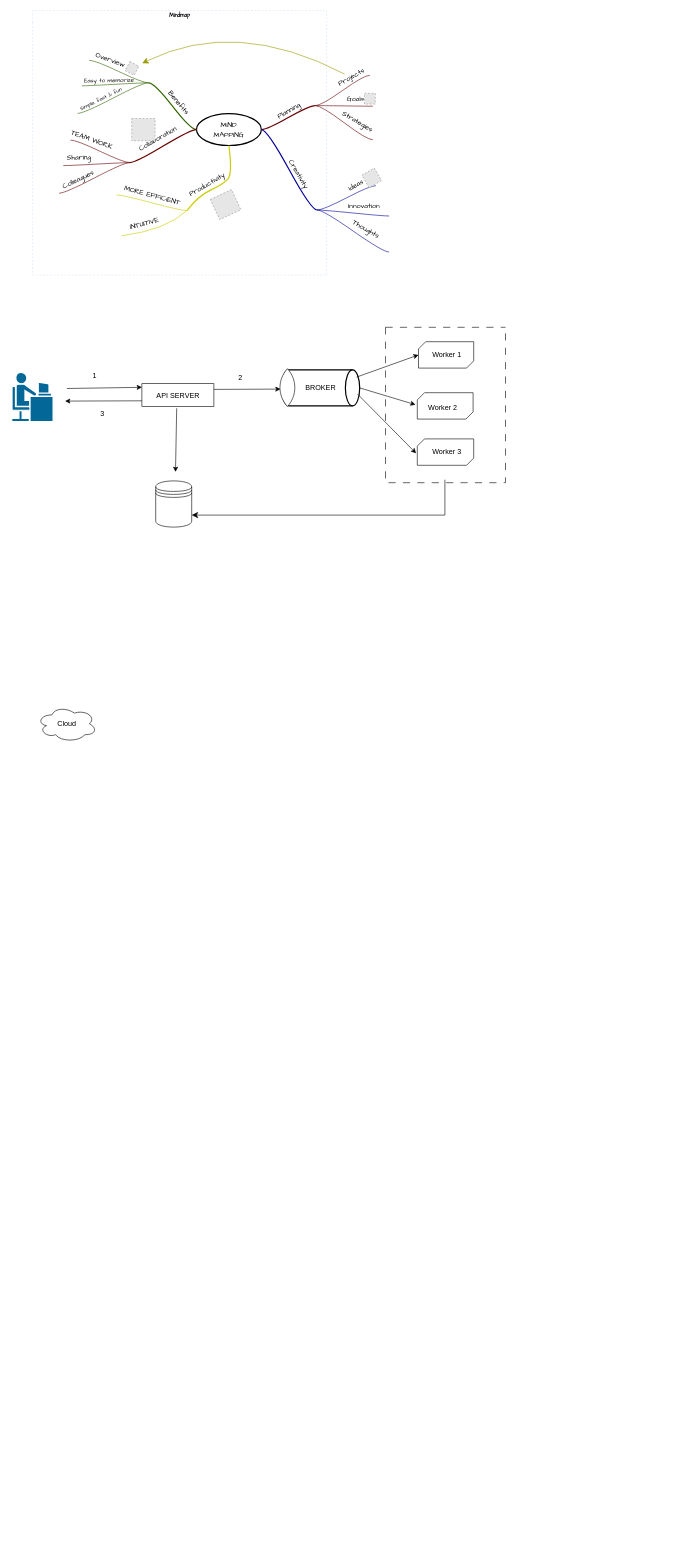
Before: Untitled Diagram.drawio in nikasbandaru/codewithnikas1, a draw.io diagram. Source tidied: cells renumbered, new cells numbered last; positions are measured from the earlier drawing's top-left corner, leaving out a move shared by most shapes. Both pictures are drawn from the tidied source at 60%, with x=0, y=0 at pixel (11, 10). Pictures stored in the file or linked from it are replaced by grey dashed boxes.
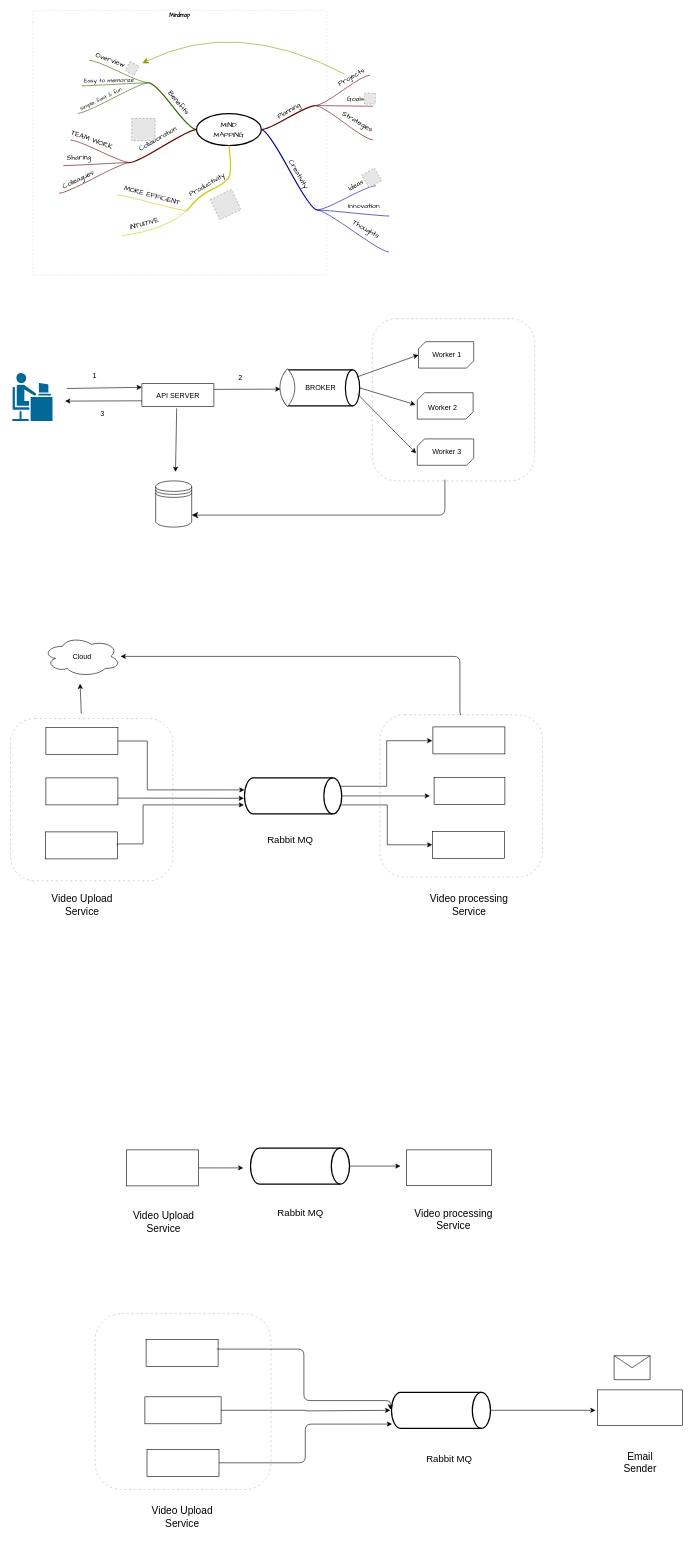
The same page after the edit.

Change to the diagram source:
```diff
@@
-    <mxCell id="94" style="edgeStyle=segmentEdgeStyle;endArrow=classic;html=1;curved=0;rounded=0;endSize=8;startSize=8;" parent="1" edge="1">
+    <mxCell id="94" style="edgeStyle=segmentEdgeStyle;endArrow=classic;html=1;curved=0;rounded=1;endSize=8;startSize=8;" parent="1" edge="1">
       <mxGeometry relative="1" as="geometry">
         <mxPoint x="722" y="782" as="sourcePoint" />
         <mxPoint x="300" y="841" as="targetPoint" />
         <Array as="points">
           <mxPoint x="722" y="782" />
           <mxPoint x="722" y="841" />
         </Array>
       </mxGeometry>
     </mxCell>
-    <mxCell id="95" style="swimlane;startSize=0;dashed=1;swimlaneFillColor=none;dashPattern=12 12;" parent="1" vertex="1">
-      <mxGeometry x="623" y="528" width="200" height="259" as="geometry" />
-    </mxCell>
     <mxCell id="96" value="Cloud" style="ellipse;shape=cloud;whiteSpace=wrap;html=1;align=center;" parent="1" vertex="1">
-      <mxGeometry x="42" y="1159" width="100" height="60" as="geometry" />
+      <mxGeometry x="52.5" y="1043" width="129" height="67" as="geometry" />
     </mxCell>
+    <mxCell id="97" style="rounded=0;whiteSpace=wrap;html=1;" parent="1" vertex="1">
+      <mxGeometry x="57" y="1195" width="120" height="45" as="geometry" />
+    </mxCell>
+    <mxCell id="98" style="edgeStyle=orthogonalEdgeStyle;rounded=0;jettySize=auto;html=1;exitX=1;exitY=0.75;exitDx=0;exitDy=0;" parent="1" edge="1" source="99">
+      <mxGeometry relative="1" as="geometry">
+        <mxPoint x="387" y="1313" as="targetPoint" />
+      </mxGeometry>
+    </mxCell>
+    <mxCell id="99" style="rounded=0;whiteSpace=wrap;html=1;" parent="1" vertex="1">
+      <mxGeometry x="57" y="1279" width="120" height="45" as="geometry" />
+    </mxCell>
+    <mxCell id="100" style="rounded=0;whiteSpace=wrap;html=1;" parent="1" vertex="1">
+      <mxGeometry x="56" y="1369" width="120" height="45" as="geometry" />
+    </mxCell>
+    <mxCell id="101" style="endArrow=classic;html=1;rounded=0;" parent="1" edge="1">
+      <mxGeometry relative="1" as="geometry">
+        <mxPoint x="116" y="1172" as="sourcePoint" />
+        <mxPoint x="114" y="1122" as="targetPoint" />
+      </mxGeometry>
+    </mxCell>
+    <mxCell id="102" value="&lt;font style=&quot;font-size: 17px;&quot;&gt;Video Upload&lt;/font&gt;&lt;div&gt;&lt;font style=&quot;font-size: 17px;&quot;&gt;Service&lt;/font&gt;&lt;/div&gt;" style="text;html=1;align=center;verticalAlign=middle;strokeColor=none;fillColor=none;" parent="1" vertex="1">
+      <mxGeometry x="57" y="1465" width="120" height="53" as="geometry" />
+    </mxCell>
+    <mxCell id="103" style="edgeStyle=orthogonalEdgeStyle;rounded=0;orthogonalLoop=1;jettySize=auto;html=1;exitX=1;exitY=0.5;exitDx=0;exitDy=0;exitPerimeter=0;entryX=0;entryY=0.5;entryDx=0;entryDy=0;" parent="1" edge="1">
+      <mxGeometry relative="1" as="geometry">
+        <mxPoint x="549" y="1309.5" as="sourcePoint" />
+        <mxPoint x="701" y="1217" as="targetPoint" />
+        <Array as="points">
+          <mxPoint x="536" y="1310" />
+          <mxPoint x="536" y="1293" />
+          <mxPoint x="625" y="1293" />
+          <mxPoint x="625" y="1217" />
+        </Array>
+      </mxGeometry>
+    </mxCell>
+    <mxCell id="104" style="edgeStyle=orthogonalEdgeStyle;rounded=0;jettySize=auto;html=1;exitX=1;exitY=0.5;exitDx=0;exitDy=0;exitPerimeter=0;" parent="1" edge="1" source="106">
+      <mxGeometry relative="1" as="geometry">
+        <mxPoint x="697" y="1309" as="targetPoint" />
+      </mxGeometry>
+    </mxCell>
+    <mxCell id="105" style="edgeStyle=orthogonalEdgeStyle;rounded=0;jettySize=auto;html=1;exitX=1;exitY=0.5;exitDx=0;exitDy=0;exitPerimeter=0;entryX=0;entryY=0.5;entryDx=0;entryDy=0;" parent="1" edge="1" source="106" target="111">
+      <mxGeometry relative="1" as="geometry">
+        <Array as="points">
+          <mxPoint x="541" y="1309" />
+          <mxPoint x="541" y="1324" />
+          <mxPoint x="626" y="1324" />
+          <mxPoint x="626" y="1391" />
+        </Array>
+      </mxGeometry>
+    </mxCell>
+    <mxCell id="106" style="strokeWidth=2;html=1;shape=mxgraph.flowchart.direct_data;whiteSpace=wrap;" parent="1" vertex="1">
+      <mxGeometry x="388" y="1279" width="162" height="60" as="geometry" />
+    </mxCell>
+    <mxCell id="107" style="edgeStyle=orthogonalEdgeStyle;rounded=0;jettySize=auto;html=1;exitX=1;exitY=0.5;exitDx=0;exitDy=0;entryX=-0.006;entryY=0.75;entryDx=0;entryDy=0;entryPerimeter=0;" parent="1" edge="1" source="100" target="106">
+      <mxGeometry relative="1" as="geometry">
+        <Array as="points">
+          <mxPoint x="176" y="1389" />
+          <mxPoint x="219" y="1389" />
+          <mxPoint x="219" y="1324" />
+        </Array>
+      </mxGeometry>
+    </mxCell>
+    <mxCell id="108" style="edgeStyle=orthogonalEdgeStyle;rounded=0;jettySize=auto;html=1;exitX=1;exitY=0.5;exitDx=0;exitDy=0;entryX=0;entryY=0.333;entryDx=0;entryDy=0;entryPerimeter=0;" parent="1" edge="1" source="97" target="106">
+      <mxGeometry relative="1" as="geometry">
+        <Array as="points">
+          <mxPoint x="226" y="1218" />
+          <mxPoint x="226" y="1299" />
+        </Array>
+      </mxGeometry>
+    </mxCell>
+    <mxCell id="109" style="rounded=0;whiteSpace=wrap;html=1;" parent="1" vertex="1">
+      <mxGeometry x="702" y="1194" width="120" height="45" as="geometry" />
+    </mxCell>
+    <mxCell id="110" style="rounded=0;whiteSpace=wrap;html=1;" parent="1" vertex="1">
+      <mxGeometry x="704" y="1278" width="118" height="45" as="geometry" />
+    </mxCell>
+    <mxCell id="111" style="rounded=0;whiteSpace=wrap;html=1;" parent="1" vertex="1">
+      <mxGeometry x="701" y="1368" width="120" height="45" as="geometry" />
+    </mxCell>
+    <mxCell id="112" value="&lt;font style=&quot;font-size: 17px;&quot;&gt;Video processing&lt;/font&gt;&lt;div&gt;&lt;font style=&quot;font-size: 17px;&quot;&gt;Service&lt;/font&gt;&lt;/div&gt;" style="text;html=1;align=center;verticalAlign=middle;strokeColor=none;fillColor=none;" parent="1" vertex="1">
+      <mxGeometry x="688" y="1465" width="148" height="53" as="geometry" />
+    </mxCell>
+    <mxCell id="113" style="whiteSpace=wrap;html=1;dashed=1;dashPattern=8 8;strokeWidth=0.5;gradientColor=none;fillColor=none;strokeColor=#828282;rounded=1;" parent="1" vertex="1">
+      <mxGeometry x="-2" y="1180" width="270.5" height="270.5" as="geometry" />
+    </mxCell>
+    <mxCell id="114" style="rounded=1;jettySize=auto;html=1;exitX=0.5;exitY=0;exitDx=0;exitDy=0;edgeStyle=elbowEdgeStyle;curved=0;" parent="1" edge="1" source="115" target="96">
+      <mxGeometry relative="1" as="geometry">
+        <Array as="points">
+          <mxPoint x="747" y="1152" />
+        </Array>
+      </mxGeometry>
+    </mxCell>
+    <mxCell id="115" style="whiteSpace=wrap;html=1;dashed=1;dashPattern=8 8;strokeWidth=0.5;gradientColor=none;fillColor=none;strokeColor=#828282;rounded=1;" parent="1" vertex="1">
+      <mxGeometry x="614" y="1173.8" width="270.5" height="270.5" as="geometry" />
+    </mxCell>
+    <mxCell id="116" style="whiteSpace=wrap;html=1;dashed=1;dashPattern=8 8;strokeWidth=0.5;gradientColor=none;fillColor=none;strokeColor=#828282;glass=0;rounded=1;shadow=0;" parent="1" vertex="1">
+      <mxGeometry x="601" y="513.5" width="270.5" height="270.5" as="geometry" />
+    </mxCell>
+    <mxCell id="117" value="Rabbit MQ" style="text;html=1;align=center;verticalAlign=middle;strokeColor=none;fillColor=none;fontSize=16;" parent="1" vertex="1">
+      <mxGeometry x="417" y="1366" width="94" height="31" as="geometry" />
+    </mxCell>
+    <mxCell id="118" style="rounded=0;whiteSpace=wrap;html=1;" parent="1" vertex="1">
+      <mxGeometry x="658" y="1899" width="142" height="59" as="geometry" />
+    </mxCell>
+    <mxCell id="119" style="edgeStyle=orthogonalEdgeStyle;rounded=0;jettySize=auto;html=1;exitX=1;exitY=0.5;exitDx=0;exitDy=0;" parent="1" edge="1" source="120">
+      <mxGeometry relative="1" as="geometry">
+        <mxPoint x="386" y="1929" as="targetPoint" />
+      </mxGeometry>
+    </mxCell>
+    <mxCell id="120" style="rounded=0;whiteSpace=wrap;html=1;" parent="1" vertex="1">
+      <mxGeometry x="191" y="1899" width="120" height="60" as="geometry" />
+    </mxCell>
+    <mxCell id="121" style="edgeStyle=orthogonalEdgeStyle;rounded=0;jettySize=auto;html=1;exitX=1;exitY=0.5;exitDx=0;exitDy=0;exitPerimeter=0;" parent="1" edge="1" source="122">
+      <mxGeometry relative="1" as="geometry">
+        <mxPoint x="648" y="1926" as="targetPoint" />
+      </mxGeometry>
+    </mxCell>
+    <mxCell id="122" style="strokeWidth=2;html=1;shape=mxgraph.flowchart.direct_data;whiteSpace=wrap;" parent="1" vertex="1">
+      <mxGeometry x="398" y="1896" width="165" height="60" as="geometry" />
+    </mxCell>
+    <mxCell id="123" value="&lt;font style=&quot;font-size: 17px;&quot;&gt;Video Upload&lt;/font&gt;&lt;div&gt;&lt;font style=&quot;font-size: 17px;&quot;&gt;Service&lt;/font&gt;&lt;/div&gt;" style="text;html=1;align=center;verticalAlign=middle;strokeColor=none;fillColor=none;" parent="1" vertex="1">
+      <mxGeometry x="193" y="1993" width="120" height="53" as="geometry" />
+    </mxCell>
+    <mxCell id="124" value="&lt;font style=&quot;font-size: 17px;&quot;&gt;Video processing&lt;/font&gt;&lt;div&gt;&lt;font style=&quot;font-size: 17px;&quot;&gt;Service&lt;/font&gt;&lt;/div&gt;" style="text;html=1;align=center;verticalAlign=middle;strokeColor=none;fillColor=none;" parent="1" vertex="1">
+      <mxGeometry x="662.2" y="1989" width="148" height="53" as="geometry" />
+    </mxCell>
+    <mxCell id="125" style="rounded=0;whiteSpace=wrap;html=1;" parent="1" vertex="1">
+      <mxGeometry x="224" y="2215" width="120" height="45" as="geometry" />
+    </mxCell>
+    <mxCell id="126" style="edgeStyle=orthogonalEdgeStyle;rounded=0;jettySize=auto;html=1;exitX=1;exitY=0.5;exitDx=0;exitDy=0;" parent="1" edge="1" source="127">
+      <mxGeometry relative="1" as="geometry">
+        <mxPoint x="631" y="2333" as="targetPoint" />
+        <Array as="points">
+          <mxPoint x="490" y="2333" />
+          <mxPoint x="490" y="2334" />
+        </Array>
+      </mxGeometry>
+    </mxCell>
+    <mxCell id="127" style="rounded=0;whiteSpace=wrap;html=1;" parent="1" vertex="1">
+      <mxGeometry x="222" y="2310.5" width="127" height="45" as="geometry" />
+    </mxCell>
+    <mxCell id="128" style="rounded=0;whiteSpace=wrap;html=1;" parent="1" vertex="1">
+      <mxGeometry x="225.5" y="2398" width="120" height="45" as="geometry" />
+    </mxCell>
+    <mxCell id="129" value="&lt;font style=&quot;font-size: 17px;&quot;&gt;Video Upload&lt;/font&gt;&lt;div&gt;&lt;font style=&quot;font-size: 17px;&quot;&gt;Service&lt;/font&gt;&lt;/div&gt;" style="text;html=1;align=center;verticalAlign=middle;strokeColor=none;fillColor=none;" parent="1" vertex="1">
+      <mxGeometry x="224" y="2485" width="120" height="53" as="geometry" />
+    </mxCell>
+    <mxCell id="130" style="whiteSpace=wrap;html=1;dashed=1;dashPattern=8 8;strokeWidth=0.5;gradientColor=none;fillColor=none;strokeColor=#828282;rounded=1;" parent="1" vertex="1">
+      <mxGeometry x="139" y="2172" width="293" height="293" as="geometry" />
+    </mxCell>
+    <mxCell id="131" style="edgeStyle=orthogonalEdgeStyle;rounded=1;jettySize=auto;html=1;exitX=1;exitY=0.5;exitDx=0;exitDy=0;exitPerimeter=0;curved=0;" parent="1" edge="1" source="132">
+      <mxGeometry relative="1" as="geometry">
+        <mxPoint x="973" y="2333" as="targetPoint" />
+      </mxGeometry>
+    </mxCell>
+    <mxCell id="132" style="strokeWidth=2;html=1;shape=mxgraph.flowchart.direct_data;whiteSpace=wrap;" parent="1" vertex="1">
+      <mxGeometry x="633" y="2303" width="165" height="60" as="geometry" />
+    </mxCell>
+    <mxCell id="133" style="edgeStyle=orthogonalEdgeStyle;rounded=1;orthogonalLoop=1;jettySize=auto;html=1;exitX=1;exitY=0.25;exitDx=0;exitDy=0;entryX=0;entryY=0.4;entryDx=0;entryDy=0;entryPerimeter=0;curved=0;" parent="1" edge="1">
+      <mxGeometry relative="1" as="geometry">
+        <mxPoint x="342" y="2231" as="sourcePoint" />
+        <mxPoint x="631" y="2331.8" as="targetPoint" />
+        <Array as="points">
+          <mxPoint x="487" y="2230.8" />
+          <mxPoint x="487" y="2316.8" />
+          <mxPoint x="631" y="2316.8" />
+        </Array>
+      </mxGeometry>
+    </mxCell>
+    <mxCell id="134" style="edgeStyle=orthogonalEdgeStyle;rounded=1;jettySize=auto;html=1;exitX=1;exitY=0.5;exitDx=0;exitDy=0;entryX=0.006;entryY=0.883;entryDx=0;entryDy=0;entryPerimeter=0;curved=0;" parent="1" edge="1" source="128" target="132">
+      <mxGeometry relative="1" as="geometry" />
+    </mxCell>
+    <mxCell id="135" style="rounded=0;whiteSpace=wrap;html=1;" parent="1" vertex="1">
+      <mxGeometry x="976" y="2299" width="142" height="59" as="geometry" />
+    </mxCell>
+    <mxCell id="136" style="shape=message;html=1;html=1;labelPosition=center;verticalLabelPosition=bottom;align=center;verticalAlign=top;" parent="1" vertex="1">
+      <mxGeometry x="1004" y="2242" width="60" height="40" as="geometry" />
+    </mxCell>
+    <mxCell id="137" value="&lt;span style=&quot;font-size: 17px;&quot;&gt;Email&lt;/span&gt;&lt;div&gt;&lt;span style=&quot;font-size: 17px;&quot;&gt;Sender&lt;/span&gt;&lt;/div&gt;" style="text;html=1;align=center;verticalAlign=middle;strokeColor=none;fillColor=none;" parent="1" vertex="1">
+      <mxGeometry x="1010.5" y="2394" width="73" height="53" as="geometry" />
+    </mxCell>
+    <mxCell id="138" value="Rabbit MQ" style="text;html=1;align=center;verticalAlign=middle;strokeColor=none;fillColor=none;fontSize=16;" parent="1" vertex="1">
+      <mxGeometry x="433.5" y="1987" width="94" height="31" as="geometry" />
+    </mxCell>
+    <mxCell id="139" value="Rabbit MQ" style="text;html=1;align=center;verticalAlign=middle;strokeColor=none;fillColor=none;fontSize=16;" parent="1" vertex="1">
+      <mxGeometry x="682" y="2398" width="94" height="31" as="geometry" />
+    </mxCell>
```
